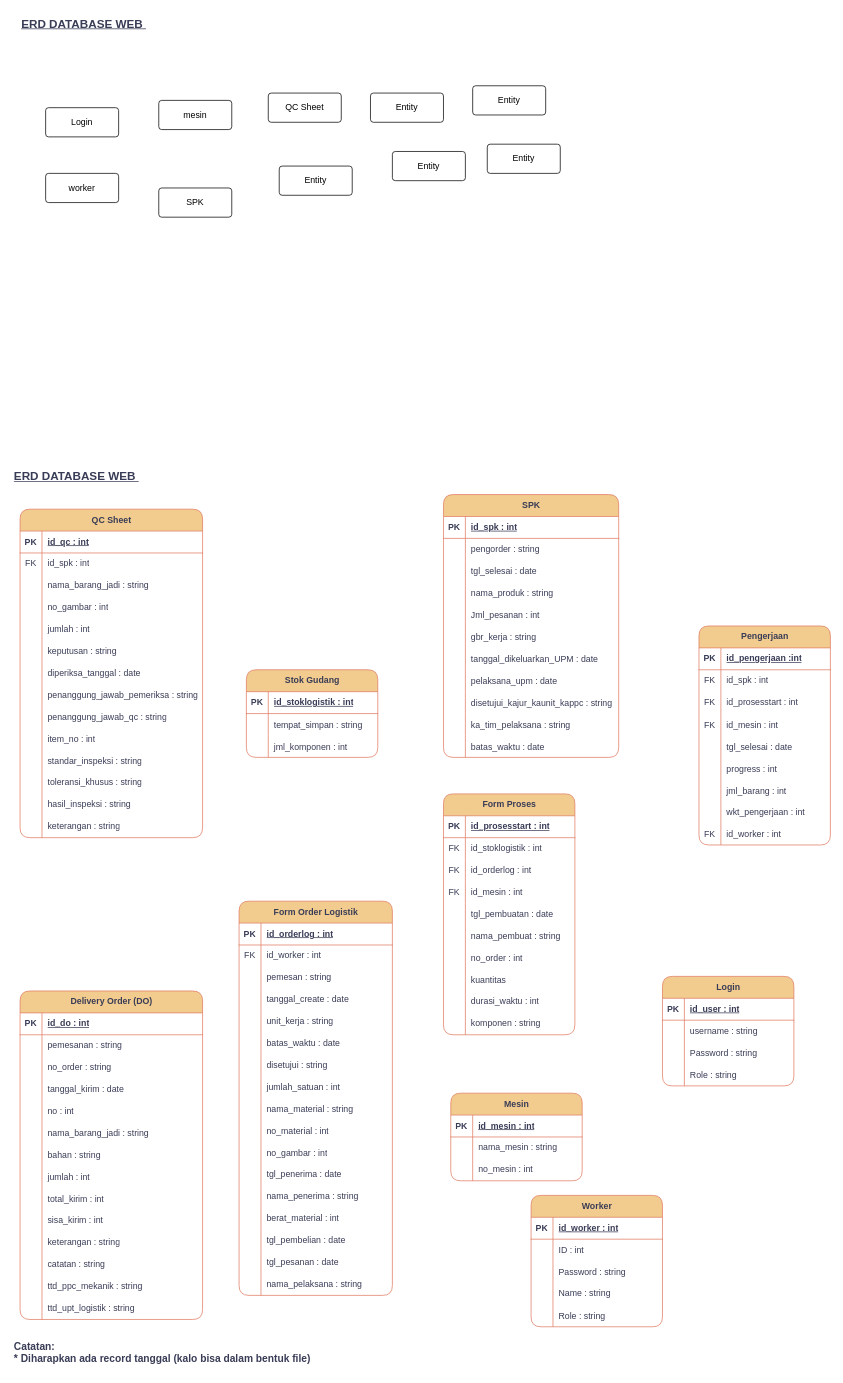
rdhst/ERD-Draw-IO keeps this draw.io diagram as page "ERD" (1 of 2) of erd-rev.drawio. Above is the earlier version. Source tidied: cells renumbered, new cells numbered last; positions are measured from the earlier drawing's top-left corner, leaving out a move shared by most shapes. Both pictures are drawn from the tidied source at 73%, with x=0, y=0 at pixel (12, 12).
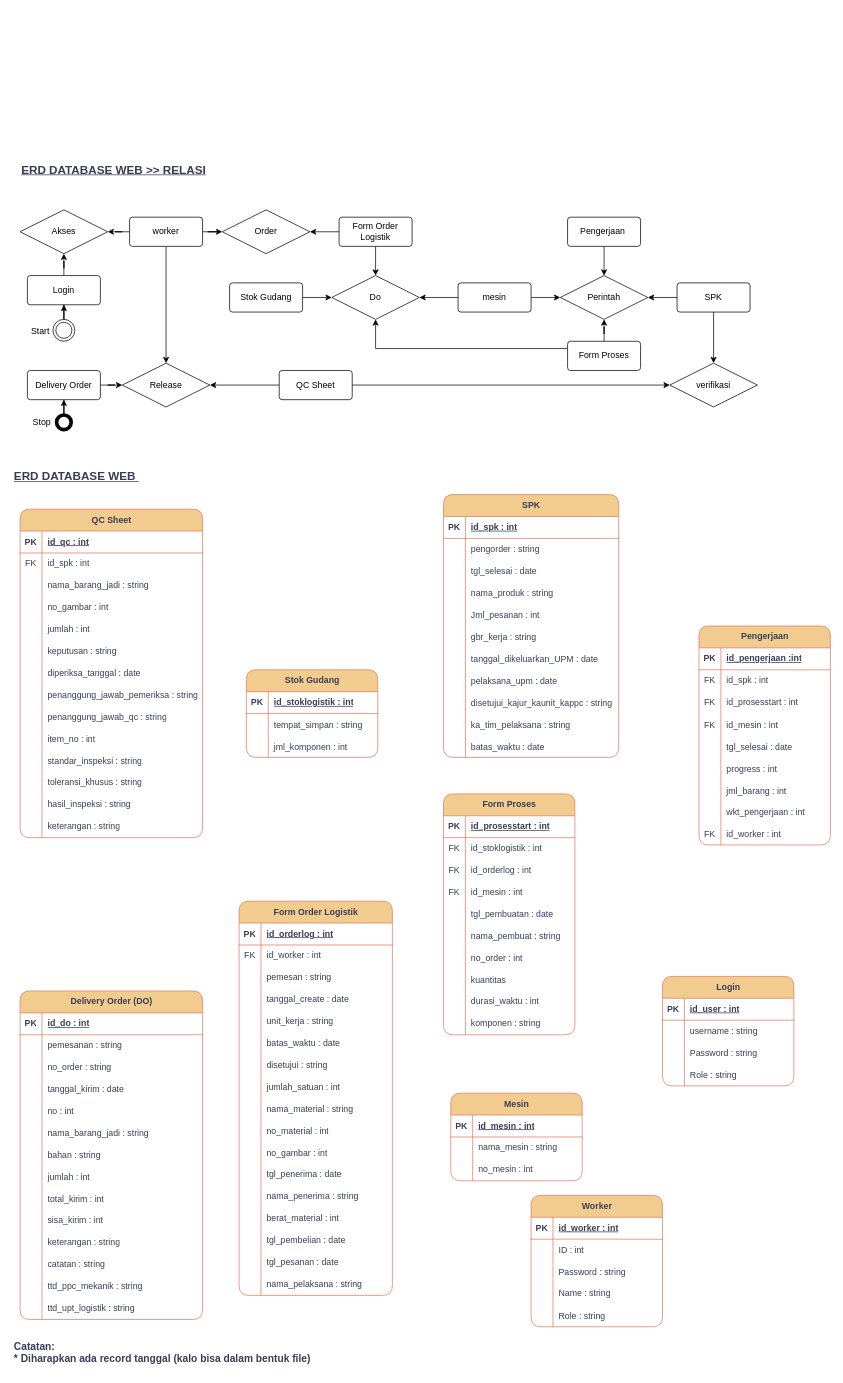
After the change.

Diff of the diagram source:
```diff
@@
-    <mxCell id="286" value="ERD DATABASE WEB&amp;nbsp;" style="text;html=1;align=left;verticalAlign=middle;strokeColor=none;fillColor=none;fontSize=16;fontStyle=5;rounded=1;labelBackgroundColor=none;fontColor=#393C56;" parent="1" vertex="1">
-      <mxGeometry x="10" width="190" height="30" as="geometry" />
+    <mxCell id="286" value="ERD DATABASE WEB &amp;gt;&amp;gt; RELASI" style="text;html=1;align=left;verticalAlign=middle;strokeColor=none;fillColor=none;fontSize=16;fontStyle=5;rounded=1;labelBackgroundColor=none;fontColor=#393C56;" parent="1" vertex="1">
+      <mxGeometry x="10" y="200" width="270" height="30" as="geometry" />
     </mxCell>
+    <mxCell id="297" style="edgeStyle=orthogonalEdgeStyle;rounded=0;jettySize=auto;html=1;" parent="1" edge="1" source="287" target="317">
+      <mxGeometry relative="1" as="geometry" />
+    </mxCell>
     <mxCell id="287" value="Login" style="rounded=1;arcSize=10;whiteSpace=wrap;html=1;align=center;" parent="1" vertex="1">
-      <mxGeometry x="45" y="130" width="100" height="40" as="geometry" />
+      <mxGeometry x="20" y="360" width="100" height="40" as="geometry" />
     </mxCell>
+    <mxCell id="298" style="edgeStyle=orthogonalEdgeStyle;rounded=0;jettySize=auto;html=1;" parent="1" edge="1" source="288" target="314">
+      <mxGeometry relative="1" as="geometry" />
+    </mxCell>
+    <mxCell id="299" style="edgeStyle=orthogonalEdgeStyle;rounded=0;jettySize=auto;html=1;" parent="1" edge="1" source="288" target="317">
+      <mxGeometry relative="1" as="geometry" />
+    </mxCell>
+    <mxCell id="300" style="edgeStyle=orthogonalEdgeStyle;rounded=0;jettySize=auto;html=1;" parent="1" edge="1" source="288" target="319">
+      <mxGeometry relative="1" as="geometry" />
+    </mxCell>
     <mxCell id="288" value="worker" style="rounded=1;arcSize=10;whiteSpace=wrap;html=1;align=center;" parent="1" vertex="1">
-      <mxGeometry x="45" y="220" width="100" height="40" as="geometry" />
+      <mxGeometry x="160" y="280" width="100" height="40" as="geometry" />
     </mxCell>
+    <mxCell id="301" style="edgeStyle=orthogonalEdgeStyle;rounded=0;jettySize=auto;html=1;" parent="1" edge="1" source="289" target="318">
+      <mxGeometry relative="1" as="geometry" />
+    </mxCell>
+    <mxCell id="302" style="edgeStyle=orthogonalEdgeStyle;rounded=0;jettySize=auto;html=1;" parent="1" edge="1" source="289" target="319">
+      <mxGeometry relative="1" as="geometry" />
+    </mxCell>
     <mxCell id="289" value="QC Sheet" style="rounded=1;arcSize=10;whiteSpace=wrap;html=1;align=center;" parent="1" vertex="1">
-      <mxGeometry x="350" y="110" width="100" height="40" as="geometry" />
+      <mxGeometry x="365" y="490" width="100" height="40" as="geometry" />
     </mxCell>
+    <mxCell id="303" style="edgeStyle=orthogonalEdgeStyle;rounded=0;jettySize=auto;html=1;" parent="1" edge="1" source="290" target="316">
+      <mxGeometry relative="1" as="geometry" />
+    </mxCell>
-    <mxCell id="290" value="Entity" style="rounded=1;arcSize=10;whiteSpace=wrap;html=1;align=center;" parent="1" vertex="1">
-      <mxGeometry x="365" y="210" width="100" height="40" as="geometry" />
+    <mxCell id="290" value="Stok Gudang" style="rounded=1;arcSize=10;whiteSpace=wrap;html=1;align=center;" parent="1" vertex="1">
+      <mxGeometry x="297" y="370" width="100" height="40" as="geometry" />
     </mxCell>
+    <mxCell id="304" style="edgeStyle=orthogonalEdgeStyle;rounded=0;jettySize=auto;html=1;" parent="1" edge="1" source="291" target="315">
+      <mxGeometry relative="1" as="geometry" />
+    </mxCell>
+    <mxCell id="305" style="edgeStyle=orthogonalEdgeStyle;rounded=0;jettySize=auto;html=1;" parent="1" edge="1" source="291" target="318">
+      <mxGeometry relative="1" as="geometry" />
+    </mxCell>
     <mxCell id="291" value="SPK" style="rounded=1;arcSize=10;whiteSpace=wrap;html=1;align=center;" parent="1" vertex="1">
-      <mxGeometry x="200" y="240" width="100" height="40" as="geometry" />
+      <mxGeometry x="910" y="370" width="100" height="40" as="geometry" />
     </mxCell>
+    <mxCell id="306" style="edgeStyle=orthogonalEdgeStyle;rounded=0;jettySize=auto;html=1;" parent="1" edge="1" source="292" target="315">
+      <mxGeometry relative="1" as="geometry" />
+    </mxCell>
+    <mxCell id="307" style="edgeStyle=orthogonalEdgeStyle;rounded=0;jettySize=auto;html=1;entryX=0.5;entryY=1;entryDx=0;entryDy=0;" parent="1" edge="1" source="292" target="316">
+      <mxGeometry relative="1" as="geometry">
+        <Array as="points">
+          <mxPoint x="680" y="460" />
+          <mxPoint x="497" y="460" />
+        </Array>
+      </mxGeometry>
+    </mxCell>
-    <mxCell id="292" value="Entity" style="rounded=1;arcSize=10;whiteSpace=wrap;html=1;align=center;" parent="1" vertex="1">
-      <mxGeometry x="490" y="110" width="100" height="40" as="geometry" />
+    <mxCell id="292" value="Form Proses" style="rounded=1;arcSize=10;whiteSpace=wrap;html=1;align=center;" parent="1" vertex="1">
+      <mxGeometry x="760" y="450" width="100" height="40" as="geometry" />
     </mxCell>
+    <mxCell id="308" style="edgeStyle=orthogonalEdgeStyle;rounded=0;jettySize=auto;html=1;" parent="1" edge="1" source="293" target="315">
+      <mxGeometry relative="1" as="geometry" />
+    </mxCell>
+    <mxCell id="309" style="edgeStyle=orthogonalEdgeStyle;rounded=0;jettySize=auto;html=1;" parent="1" edge="1" source="293" target="316">
+      <mxGeometry relative="1" as="geometry" />
+    </mxCell>
     <mxCell id="293" value="mesin" style="rounded=1;arcSize=10;whiteSpace=wrap;html=1;align=center;" parent="1" vertex="1">
-      <mxGeometry x="200" y="120" width="100" height="40" as="geometry" />
+      <mxGeometry x="610" y="370" width="100" height="40" as="geometry" />
     </mxCell>
+    <mxCell id="310" style="edgeStyle=orthogonalEdgeStyle;rounded=0;jettySize=auto;html=1;" parent="1" edge="1" source="294" target="316">
+      <mxGeometry relative="1" as="geometry" />
+    </mxCell>
+    <mxCell id="311" style="edgeStyle=orthogonalEdgeStyle;rounded=0;jettySize=auto;html=1;" parent="1" edge="1" source="294" target="314">
+      <mxGeometry relative="1" as="geometry" />
+    </mxCell>
-    <mxCell id="294" value="Entity" style="rounded=1;arcSize=10;whiteSpace=wrap;html=1;align=center;" parent="1" vertex="1">
-      <mxGeometry x="520" y="190" width="100" height="40" as="geometry" />
+    <mxCell id="294" value="Form Order Logistik" style="rounded=1;arcSize=10;whiteSpace=wrap;html=1;align=center;" parent="1" vertex="1">
+      <mxGeometry x="447" y="280" width="100" height="40" as="geometry" />
     </mxCell>
+    <mxCell id="312" style="edgeStyle=orthogonalEdgeStyle;rounded=0;jettySize=auto;html=1;" parent="1" edge="1" source="295" target="315">
+      <mxGeometry relative="1" as="geometry" />
+    </mxCell>
-    <mxCell id="295" value="Entity" style="rounded=1;arcSize=10;whiteSpace=wrap;html=1;align=center;" parent="1" vertex="1">
-      <mxGeometry x="630" y="100" width="100" height="40" as="geometry" />
+    <mxCell id="295" value="Pengerjaan&amp;nbsp;" style="rounded=1;arcSize=10;whiteSpace=wrap;html=1;align=center;" parent="1" vertex="1">
+      <mxGeometry x="760" y="280" width="100" height="40" as="geometry" />
     </mxCell>
+    <mxCell id="313" style="edgeStyle=orthogonalEdgeStyle;rounded=0;jettySize=auto;html=1;" parent="1" edge="1" source="296" target="319">
+      <mxGeometry relative="1" as="geometry" />
+    </mxCell>
-    <mxCell id="296" value="Entity" style="rounded=1;arcSize=10;whiteSpace=wrap;html=1;align=center;" parent="1" vertex="1">
-      <mxGeometry x="650" y="180" width="100" height="40" as="geometry" />
+    <mxCell id="296" value="Delivery Order" style="rounded=1;arcSize=10;whiteSpace=wrap;html=1;align=center;" parent="1" vertex="1">
+      <mxGeometry x="20" y="490" width="100" height="40" as="geometry" />
     </mxCell>
+    <mxCell id="314" value="Order" style="shape=rhombus;perimeter=rhombusPerimeter;whiteSpace=wrap;html=1;align=center;" parent="1" vertex="1">
+      <mxGeometry x="287" y="270" width="120" height="60" as="geometry" />
+    </mxCell>
+    <mxCell id="315" value="Perintah" style="shape=rhombus;perimeter=rhombusPerimeter;whiteSpace=wrap;html=1;align=center;" parent="1" vertex="1">
+      <mxGeometry x="750" y="360" width="120" height="60" as="geometry" />
+    </mxCell>
+    <mxCell id="316" value="Do" style="shape=rhombus;perimeter=rhombusPerimeter;whiteSpace=wrap;html=1;align=center;" parent="1" vertex="1">
+      <mxGeometry x="437" y="360" width="120" height="60" as="geometry" />
+    </mxCell>
+    <mxCell id="317" value="Akses" style="shape=rhombus;perimeter=rhombusPerimeter;whiteSpace=wrap;html=1;align=center;" parent="1" vertex="1">
+      <mxGeometry x="10" y="270" width="120" height="60" as="geometry" />
+    </mxCell>
+    <mxCell id="318" value="verifikasi" style="shape=rhombus;perimeter=rhombusPerimeter;whiteSpace=wrap;html=1;align=center;" parent="1" vertex="1">
+      <mxGeometry x="900" y="480" width="120" height="60" as="geometry" />
+    </mxCell>
+    <mxCell id="319" value="Release" style="shape=rhombus;perimeter=rhombusPerimeter;whiteSpace=wrap;html=1;align=center;" parent="1" vertex="1">
+      <mxGeometry x="150" y="480" width="120" height="60" as="geometry" />
+    </mxCell>
+    <mxCell id="320" style="edgeStyle=orthogonalEdgeStyle;rounded=0;jettySize=auto;html=1;" parent="1" edge="1" source="321" target="287">
+      <mxGeometry relative="1" as="geometry" />
+    </mxCell>
+    <mxCell id="321" style="ellipse;shape=doubleEllipse;html=1;dashed=0;whiteSpace=wrap;" parent="1" vertex="1">
+      <mxGeometry x="55" y="420" width="30" height="30" as="geometry" />
+    </mxCell>
+    <mxCell id="322" style="edgeStyle=orthogonalEdgeStyle;rounded=0;jettySize=auto;html=1;" parent="1" edge="1" source="323" target="296">
+      <mxGeometry relative="1" as="geometry" />
+    </mxCell>
+    <mxCell id="323" style="shape=ellipse;html=1;dashed=0;whiteSpace=wrap;strokeWidth=5;perimeter=ellipsePerimeter;" parent="1" vertex="1">
+      <mxGeometry x="60" y="551" width="20" height="20" as="geometry" />
+    </mxCell>
+    <mxCell id="324" value="Start" style="text;html=1;align=center;verticalAlign=middle;whiteSpace=wrap;rounded=0;" parent="1" vertex="1">
+      <mxGeometry x="8" y="421" width="60" height="30" as="geometry" />
+    </mxCell>
+    <mxCell id="325" value="Stop" style="text;html=1;align=center;verticalAlign=middle;whiteSpace=wrap;rounded=0;" parent="1" vertex="1">
+      <mxGeometry x="10" y="546" width="60" height="30" as="geometry" />
+    </mxCell>
```
